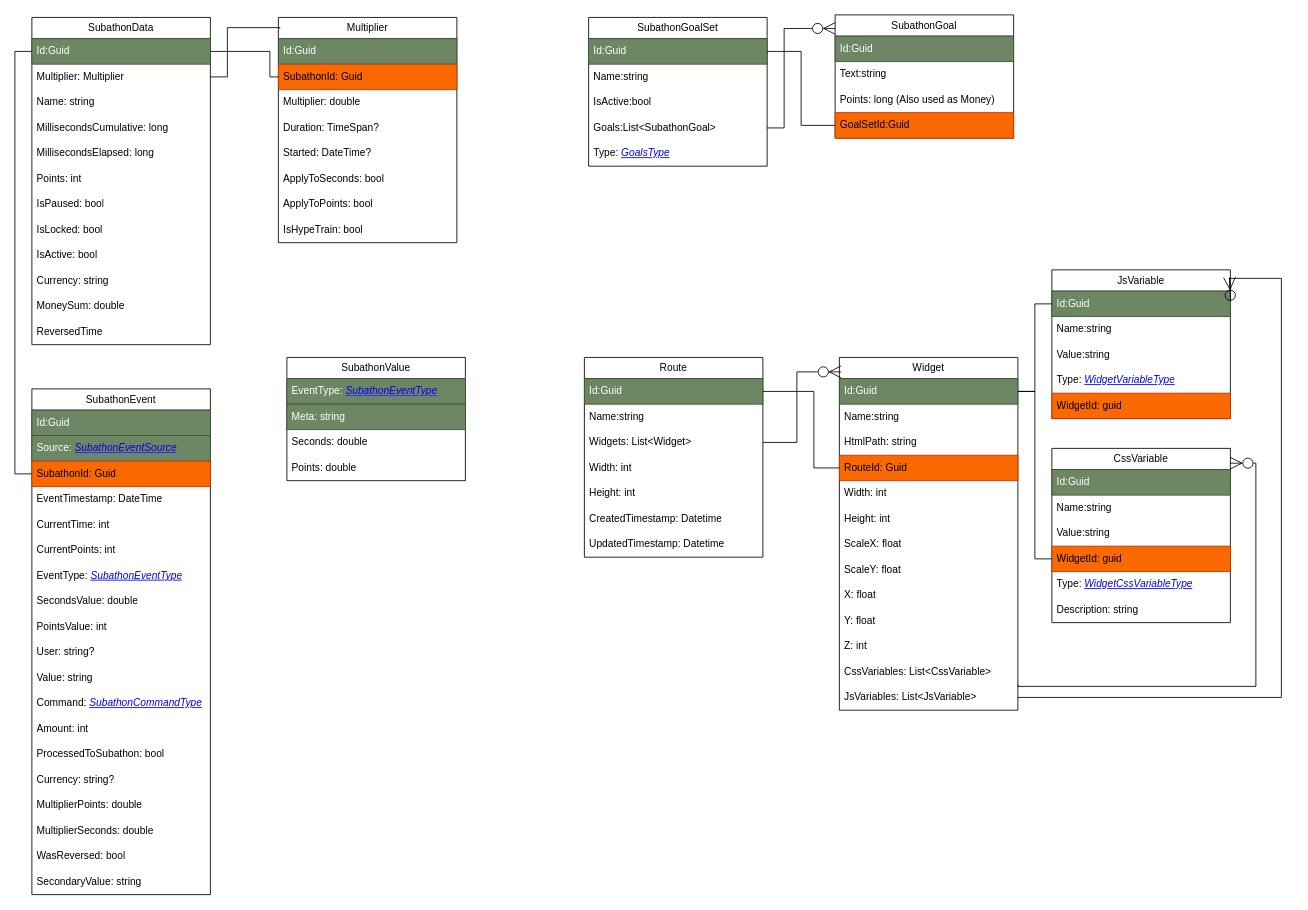
The draw.io diagram page "Database Models" (4 of 9) of wiki/docs/SubathonManager_Design.drawio in WolfwithSword/SubathonManager-docs, before the edit. Source tidied: cells renumbered, new cells numbered last; positions are measured from the earlier drawing's top-left corner, leaving out a move shared by most shapes. Both pictures are drawn from the tidied source at 85%, with x=0, y=0 at pixel (31, 14).
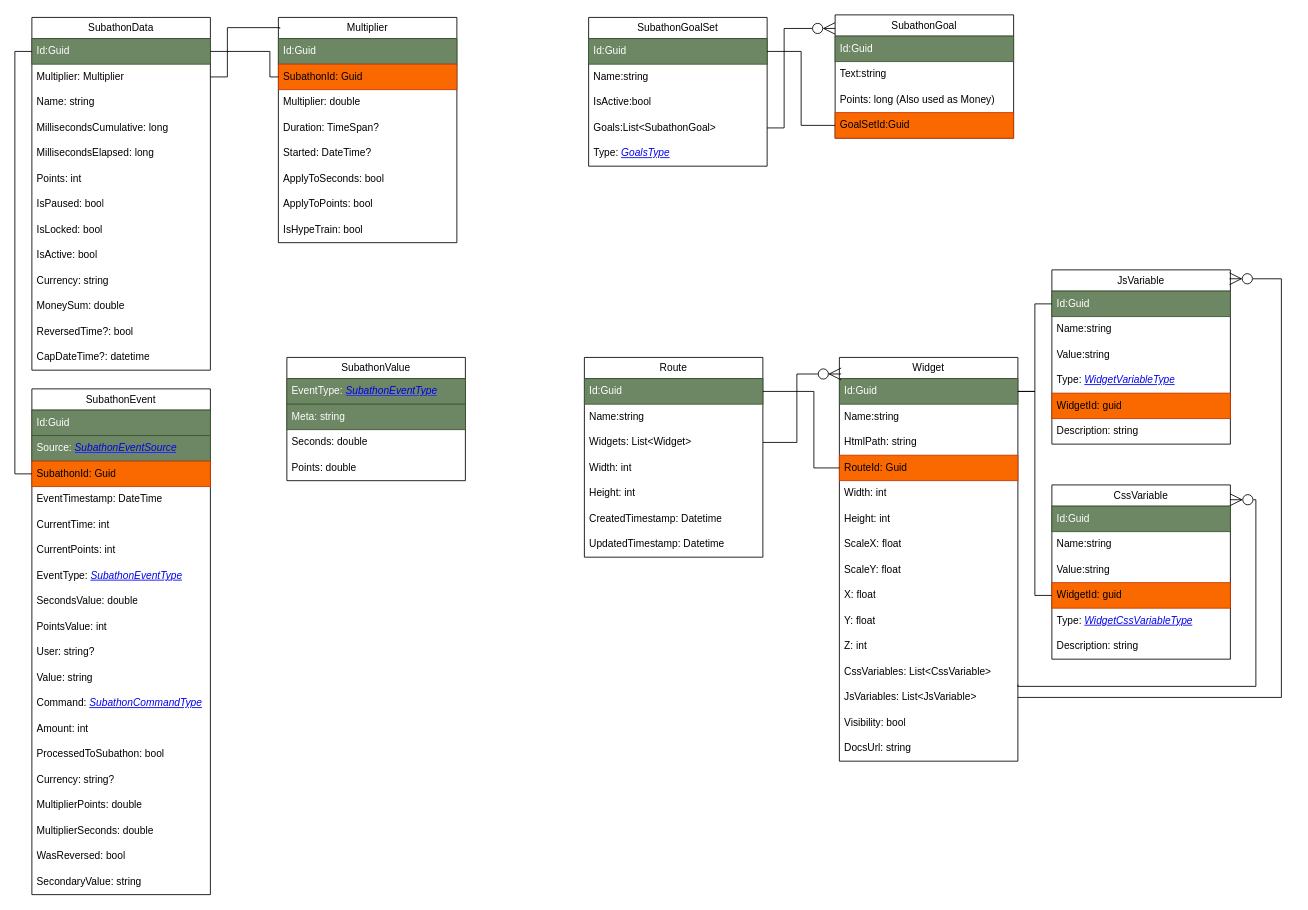
After the change.

Unchanged cells that the change refers to:
```xml
<mxCell id="34" value="CssVariables: List&amp;lt;CssVariable&amp;gt;" style="text;strokeColor=none;fillColor=none;align=left;verticalAlign=middle;spacingLeft=4;spacingRight=4;overflow=hidden;points=[[0,0.5],[1,0.5]];portConstraint=eastwest;whiteSpace=wrap;html=1;" parent="22" vertex="1">
  <mxGeometry y="355" width="210" height="30" as="geometry" />
</mxCell>
```

What changed in the source:
```diff
@@
     <mxCell id="22" value="Widget" style="swimlane;fontStyle=0;horizontal=1;startSize=25;whiteSpace=wrap;html=1;" parent="1" vertex="1">
-      <mxGeometry x="950" y="403" width="210" height="415" as="geometry" />
+      <mxGeometry x="950" y="403" width="210" height="475" as="geometry" />
     </mxCell>
@@
+    <mxCell id="106" value="Visibility: bool" style="text;strokeColor=none;fillColor=none;align=left;verticalAlign=middle;spacingLeft=4;spacingRight=4;overflow=hidden;whiteSpace=wrap;html=1;" parent="22" vertex="1">
+      <mxGeometry y="415" width="210" height="30" as="geometry" />
+    </mxCell>
+    <mxCell id="107" value="DocsUrl: string" style="text;strokeColor=none;fillColor=none;align=left;verticalAlign=middle;spacingLeft=4;spacingRight=4;overflow=hidden;whiteSpace=wrap;html=1;" parent="22" vertex="1">
+      <mxGeometry y="445" width="210" height="30" as="geometry" />
+    </mxCell>
     <mxCell id="36" value="CssVariable" style="swimlane;fontStyle=0;horizontal=1;startSize=25;whiteSpace=wrap;html=1;" parent="1" vertex="1">
-      <mxGeometry x="1200" y="510" width="210" height="205" as="geometry" />
+      <mxGeometry x="1200" y="553" width="210" height="205" as="geometry" />
     </mxCell>
@@
     <mxCell id="46" style="edgeStyle=orthogonalEdgeStyle;rounded=0;jettySize=auto;html=1;entryX=0.998;entryY=0.085;entryDx=0;entryDy=0;entryPerimeter=0;endSize=12;endArrow=ERzeroToMany;endFill=0;" parent="1" edge="1" source="34" target="36">
       <mxGeometry relative="1" as="geometry">
         <Array as="points">
           <mxPoint x="1160" y="790" />
           <mxPoint x="1440" y="790" />
-          <mxPoint x="1440" y="527" />
+          <mxPoint x="1440" y="570" />
         </Array>
       </mxGeometry>
     </mxCell>
@@
     <mxCell id="52" value="SubathonData" style="swimlane;fontStyle=0;horizontal=1;startSize=25;whiteSpace=wrap;html=1;" parent="1" vertex="1">
-      <mxGeometry y="3" width="210" height="385" as="geometry" />
+      <mxGeometry y="3" width="210" height="415" as="geometry" />
     </mxCell>
@@
-    <mxCell id="64" value="ReversedTime" style="text;align=left;verticalAlign=middle;spacingLeft=4;spacingRight=4;overflow=hidden;whiteSpace=wrap;html=1;" parent="52" vertex="1">
+    <mxCell id="64" value="ReversedTime?: bool" style="text;align=left;verticalAlign=middle;spacingLeft=4;spacingRight=4;overflow=hidden;whiteSpace=wrap;html=1;" parent="52" vertex="1">
       <mxGeometry y="355" width="210" height="30" as="geometry" />
     </mxCell>
+    <mxCell id="108" value="CapDateTime?: datetime" style="text;align=left;verticalAlign=middle;spacingLeft=4;spacingRight=4;overflow=hidden;whiteSpace=wrap;html=1;" parent="52" vertex="1">
+      <mxGeometry y="385" width="210" height="30" as="geometry" />
+    </mxCell>
@@
     <mxCell id="97" value="JsVariable" style="swimlane;fontStyle=0;horizontal=1;startSize=25;whiteSpace=wrap;html=1;" parent="1" vertex="1">
-      <mxGeometry x="1200" y="300" width="210" height="175" as="geometry" />
+      <mxGeometry x="1200" y="300" width="210" height="205" as="geometry" />
     </mxCell>
@@
+    <mxCell id="109" value="Description: string" style="text;strokeColor=none;fillColor=none;align=left;verticalAlign=middle;spacingLeft=4;spacingRight=4;overflow=hidden;whiteSpace=wrap;html=1;" parent="97" vertex="1">
+      <mxGeometry y="175" width="210" height="30" as="geometry" />
+    </mxCell>
```
